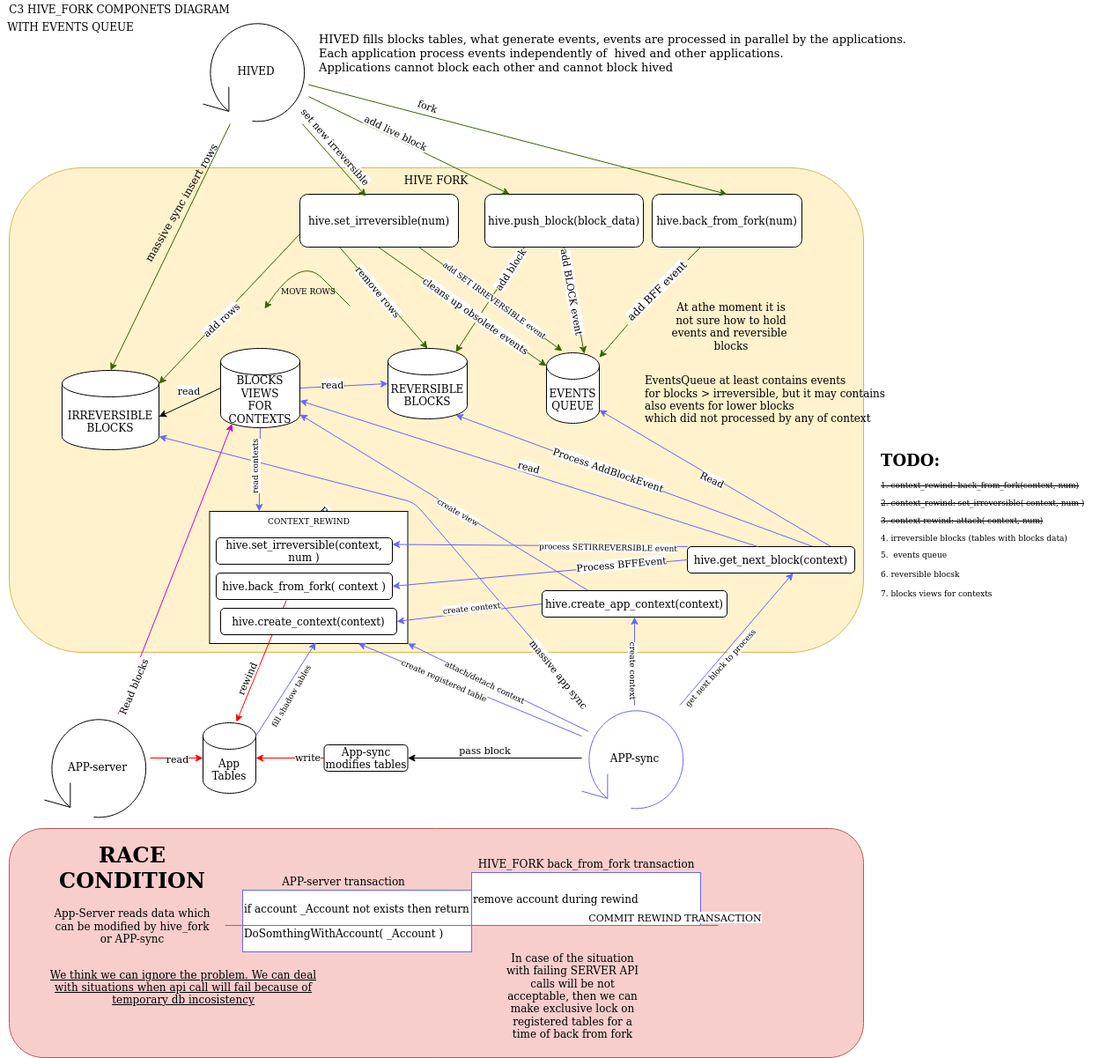
Before: doc/evq_c3.png, a diagram exported from draw.io (openhive-network/HAfAH). Source tidied: cells renumbered, new cells last; positions are measured from the earlier drawing's top-left corner, leaving out a move shared by most shapes.
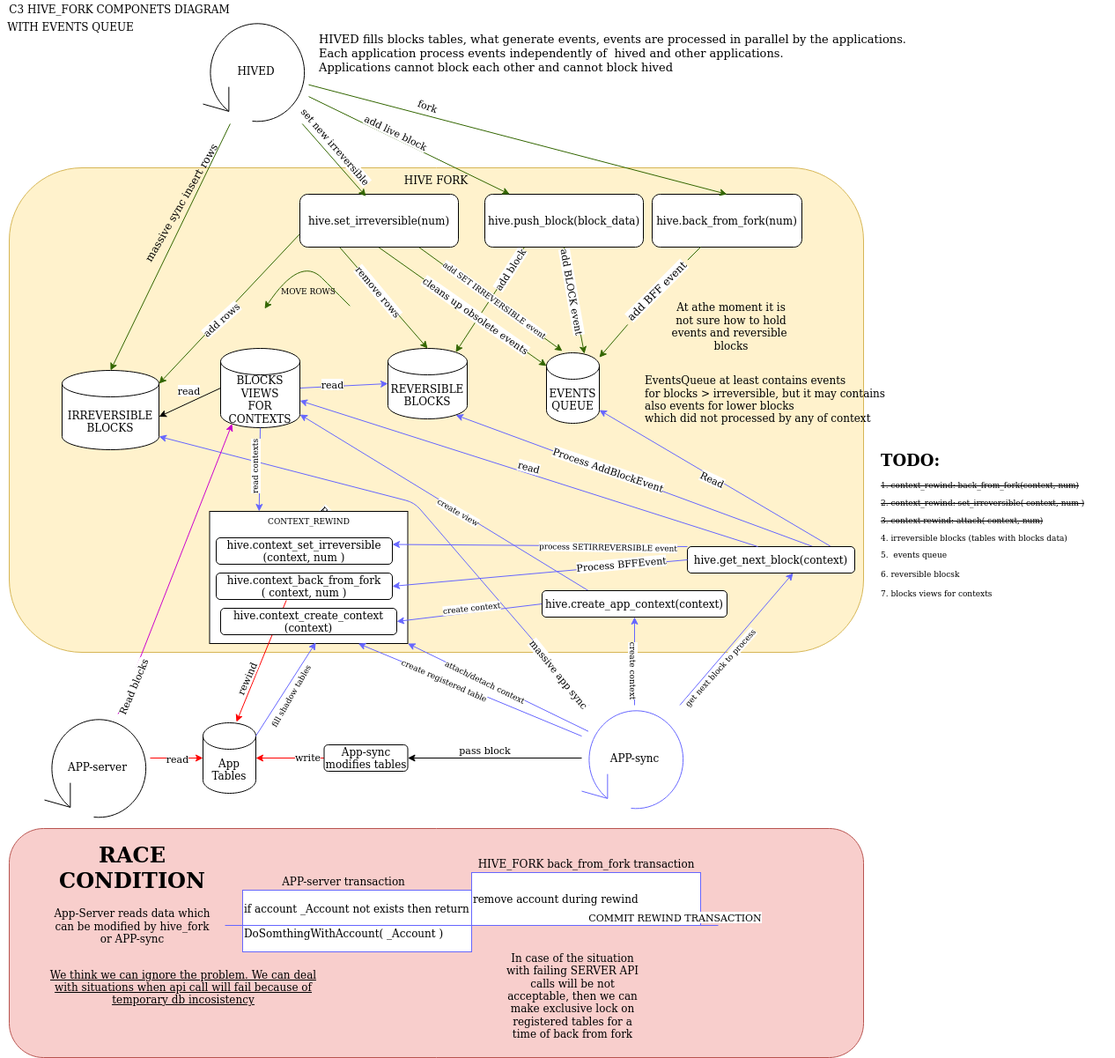
Above is the later version.

What changed in the source:
```diff
@@ -287,7 +287,7 @@
     <mxCell id="78" value="CONTEXT_REWIND" style="rounded=0;whiteSpace=wrap;html=1;labelBackgroundColor=none;fontSize=9;verticalAlign=top;" parent="1" vertex="1">
       <mxGeometry x="237.5" y="580" width="225" height="150" as="geometry" />
     </mxCell>
-    <mxCell id="79" value="hive.back_from_fork( context )" style="rounded=1;whiteSpace=wrap;html=1;fontColor=#000000;align=center;" parent="1" vertex="1">
+    <mxCell id="79" value="&lt;div&gt;hive.context_back_from_fork&lt;/div&gt;&lt;div&gt;( context, num )&lt;/div&gt;" style="rounded=1;whiteSpace=wrap;html=1;fontColor=#000000;align=center;" parent="1" vertex="1">
       <mxGeometry x="245" y="650" width="200" height="30" as="geometry" />
     </mxCell>
     <mxCell id="80" style="edgeStyle=none;rounded=0;jettySize=auto;html=1;exitX=0;exitY=0.5;exitDx=0;exitDy=0;fontColor=#000000;strokeColor=#6666FF;entryX=1;entryY=0.5;entryDx=0;entryDy=0;" parent="1" edge="1" source="46" target="79">
@@ -328,7 +328,7 @@
         <mxPoint x="1" y="23" as="offset" />
       </mxGeometry>
     </mxCell>
-    <mxCell id="90" value="hive.set_irreversible(context, num )" style="rounded=1;whiteSpace=wrap;html=1;fontColor=#000000;align=center;" parent="1" vertex="1">
+    <mxCell id="90" value="&lt;div&gt;hive.context_set_irreversible&lt;/div&gt;&lt;div&gt;(context, num )&lt;/div&gt;" style="rounded=1;whiteSpace=wrap;html=1;fontColor=#000000;align=center;" parent="1" vertex="1">
       <mxGeometry x="245" y="610" width="200" height="30" as="geometry" />
     </mxCell>
     <mxCell id="91" style="edgeStyle=none;rounded=0;jettySize=auto;html=1;exitX=0;exitY=0;exitDx=0;exitDy=0;entryX=1;entryY=0.25;entryDx=0;entryDy=0;fontSize=9;fontColor=#000000;strokeColor=#6666FF;" parent="1" edge="1" source="46" target="90">
@@ -358,7 +358,7 @@
     <mxCell id="97" value="hive.create_app_context(context)" style="rounded=1;whiteSpace=wrap;html=1;fontColor=#000000;align=center;" parent="1" vertex="1">
       <mxGeometry x="615" y="670" width="210" height="30" as="geometry" />
     </mxCell>
-    <mxCell id="98" value="hive.create_context(context)" style="rounded=1;whiteSpace=wrap;html=1;fontColor=#000000;align=center;" parent="1" vertex="1">
+    <mxCell id="98" value="&lt;div&gt;hive.context_create_context&lt;/div&gt;&lt;div&gt;(context)&lt;/div&gt;" style="rounded=1;whiteSpace=wrap;html=1;fontColor=#000000;align=center;" parent="1" vertex="1">
       <mxGeometry x="250" y="690" width="200" height="30" as="geometry" />
     </mxCell>
     <mxCell id="99" value="add BFF event" style="text;html=1;align=center;verticalAlign=middle;points=[];strokeColor=none;rotation=-45;labelBackgroundColor=#ffffff;" parent="1" vertex="1">
```
